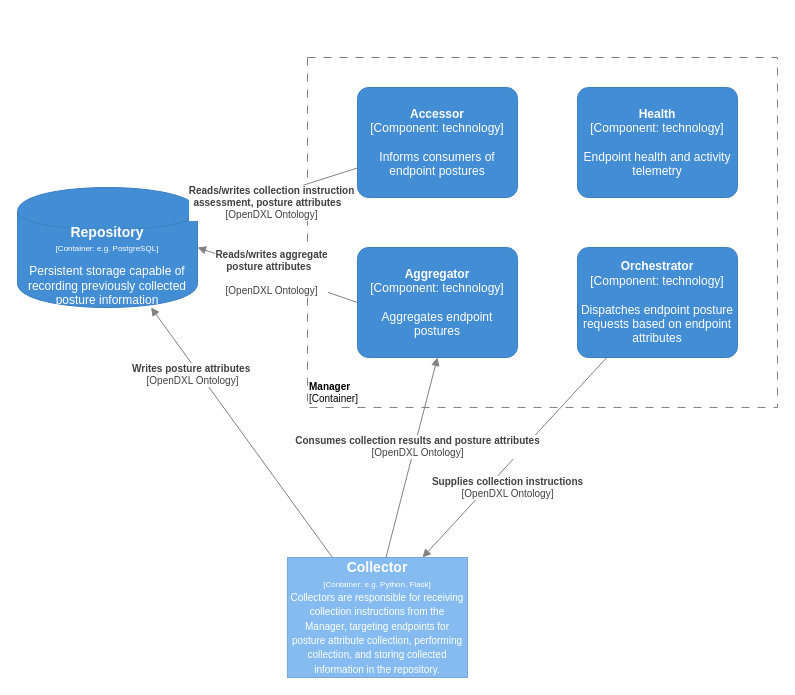
opencybersecurityalliance/documentation keeps this draw.io diagram as page "SCAPv2 Manager" (3 of 4) of Architecture Documents/scap-components.drawio. Above is the earlier version. Source tidied: cells renumbered, new cells numbered last; positions are measured from the earlier drawing's top-left corner, leaving out a move shared by most shapes. Both pictures are drawn from the tidied source at 100%, with x=0, y=0 at pixel (17, 57).
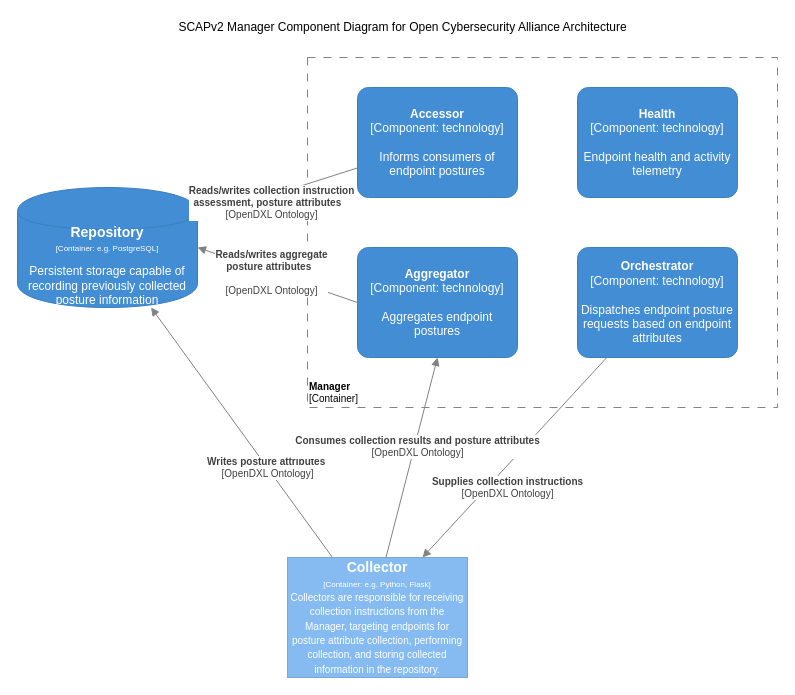
Above is the later version.

The edit, as a diff of the source:
```diff
@@
 <mxGraphModel>
   <root>
     <mxCell id="0" />
     <mxCell id="1" parent="0" />
     <mxCell id="2" value="&lt;font style=&quot;font-size: 10px&quot;&gt;&lt;b&gt;Manager&lt;br&gt;&lt;/b&gt;[Container]&lt;/font&gt;" style="rounded=0;whiteSpace=wrap;html=1;strokeColor=#828282;fillColor=none;fontColor=#000000;align=left;labelPosition=center;verticalLabelPosition=middle;verticalAlign=bottom;dashed=1;strokeWidth=1;perimeterSpacing=0;spacing=2;spacingTop=0;fontSize=10;dashPattern=8 8;" parent="1" vertex="1">
       <mxGeometry x="290" width="470" height="350" as="geometry" />
     </mxCell>
     <object id="3" label="&lt;div style=&quot;color: rgb(255 , 255 , 255)&quot;&gt;&lt;span style=&quot;font-size: 14px&quot;&gt;&lt;b&gt;Repository&lt;/b&gt;&lt;/span&gt;&lt;/div&gt;&lt;div style=&quot;color: rgb(255 , 255 , 255) ; font-size: 12px&quot;&gt;&lt;font style=&quot;font-size: 8px&quot;&gt;[Container: %technology%]&lt;/font&gt;&lt;/div&gt;&lt;div style=&quot;color: rgb(255 , 255 , 255) ; font-size: 8px&quot;&gt;&lt;font style=&quot;line-height: 9.6px&quot;&gt;&lt;br&gt;&lt;/font&gt;&lt;/div&gt;&lt;div style=&quot;color: rgb(255 , 255 , 255)&quot;&gt;Persistent storage capable of recording previously collected posture information&lt;/div&gt;" placeholders="1" technology="e.g. PostgreSQL">
       <mxCell style="shape=cylinder;whiteSpace=wrap;html=1;boundedLbl=1;backgroundOutline=1;strokeColor=#3C7FC0;fillColor=#438DD5;fontSize=12;fontColor=#ffffff;align=center;rounded=0;" parent="1" vertex="1">
         <mxGeometry y="130" width="180" height="120" as="geometry" />
       </mxCell>
     </object>
     <mxCell id="4" value="&lt;span style=&quot;font-size: 10px&quot;&gt;&lt;b&gt;Reads/writes&amp;nbsp;&lt;/b&gt;&lt;/span&gt;&lt;b&gt;collection instruction&lt;br&gt;&lt;/b&gt;&lt;b&gt;assessment,&amp;nbsp;&lt;/b&gt;&lt;span style=&quot;font-size: 10px&quot;&gt;&lt;b&gt;posture attributes&amp;nbsp; &amp;nbsp;&lt;/b&gt;&lt;br&gt;[OpenDXL Ontology]&lt;br&gt;&lt;/span&gt;" style="endArrow=block;html=1;fontSize=10;fontColor=#404040;strokeWidth=1;endFill=1;strokeColor=#828282;elbow=vertical;" parent="1" edge="1" source="10" target="3">
       <mxGeometry x="0.09" y="7" relative="1" as="geometry" />
     </mxCell>
     <mxCell id="5" value="&lt;span style=&quot;font-size: 10px&quot;&gt;&lt;b&gt;Writes posture attributes&amp;nbsp;&lt;/b&gt;&lt;br&gt;[OpenDXL Ontology]&lt;br&gt;&lt;/span&gt;" style="endArrow=block;html=1;fontSize=10;fontColor=#404040;strokeWidth=1;endFill=1;strokeColor=#828282;elbow=vertical;exitX=0.25;exitY=0;exitDx=0;exitDy=0;" parent="1" edge="1" source="7" target="3">
-      <mxGeometry x="0.49" y="6" relative="1" as="geometry" />
+      <mxGeometry x="-0.28" relative="1" as="geometry" />
     </mxCell>
     <mxCell id="6" value="&lt;b&gt;Supplies collection instructions&lt;br&gt;&lt;/b&gt;[OpenDXL Ontology]&lt;span style=&quot;font-size: 10px&quot;&gt;&lt;br&gt;&lt;/span&gt;" style="endArrow=block;html=1;fontSize=10;fontColor=#404040;strokeWidth=1;endFill=1;strokeColor=#828282;elbow=vertical;entryX=0.75;entryY=0;entryDx=0;entryDy=0;" parent="1" edge="1" source="9" target="7">
       <mxGeometry x="0.2" y="15" relative="1" as="geometry" />
     </mxCell>
     <object id="7" label="&lt;div&gt;&lt;span style=&quot;font-size: 14px&quot;&gt;&lt;b&gt;Collector&lt;/b&gt;&lt;/span&gt;&lt;/div&gt;&lt;div&gt;&lt;span style=&quot;font-size: 8px&quot;&gt;[Container: %technology%]&lt;/span&gt;&lt;br&gt;&lt;/div&gt;&lt;div&gt;&lt;span style=&quot;font-size: x-small&quot;&gt;Collectors are responsible for receiving collection instructions from the Manager, targeting endpoints for posture attribute collection, performing collection, and storing collected information in the repository.&lt;/span&gt;&lt;br&gt;&lt;/div&gt;" placeholders="1" technology="e.g. Python, Flask">
       <mxCell style="rounded=0;whiteSpace=wrap;html=1;fillColor=#85BBF0;fontColor=#ffffff;strokeColor=#78A8D8;arcSize=10;" parent="1" vertex="1">
         <mxGeometry x="270" y="500" width="180" height="120" as="geometry" />
       </mxCell>
     </object>
     <object id="8" label="&lt;b&gt;%c4Name%&lt;/b&gt;&lt;div&gt;[%c4Type%: %c4Technology%]&lt;/div&gt;&lt;br&gt;&lt;div&gt;%c4Description%&lt;/div&gt;" c4Description="Endpoint health and activity telemetry" c4Name="Health" c4Technology="technology" c4Type="Component" placeholders="1">
       <mxCell style="rounded=1;whiteSpace=wrap;html=1;labelBackgroundColor=none;fillColor=#438DD5;fontColor=#ffffff;align=center;arcSize=10;strokeColor=#3C7FC0;metaData={&quot;c4Type&quot;:{&quot;editable&quot;:false}};" parent="1" vertex="1">
         <mxGeometry x="560" y="30" width="160" height="110" as="geometry" />
       </mxCell>
     </object>
     <object id="9" label="&lt;b&gt;%c4Name%&lt;/b&gt;&lt;div&gt;[%c4Type%: %c4Technology%]&lt;/div&gt;&lt;br&gt;&lt;div&gt;%c4Description%&lt;/div&gt;" c4Description="Dispatches endpoint posture requests based on endpoint attributes" c4Name="Orchestrator" c4Technology="technology" c4Type="Component" placeholders="1">
       <mxCell style="rounded=1;whiteSpace=wrap;html=1;labelBackgroundColor=none;fillColor=#438DD5;fontColor=#ffffff;align=center;arcSize=10;strokeColor=#3C7FC0;metaData={&quot;c4Type&quot;:{&quot;editable&quot;:false}};points=[[0.25,0,0],[0.5,0,0],[0.75,0,0],[1,0.25,0],[1,0.5,0],[1,0.75,0],[0.75,1,0],[0.5,1,0],[0.25,1,0],[0,0.75,0],[0,0.5,0],[0,0.25,0]];" parent="1" vertex="1">
         <mxGeometry x="560" y="190" width="160" height="110" as="geometry" />
       </mxCell>
     </object>
     <object id="10" label="&lt;b&gt;%c4Name%&lt;/b&gt;&lt;div&gt;[%c4Type%: %c4Technology%]&lt;/div&gt;&lt;br&gt;&lt;div&gt;%c4Description%&lt;/div&gt;" c4Description="Informs consumers of endpoint postures" c4Name="Accessor" c4Technology="technology" c4Type="Component" placeholders="1">
       <mxCell style="rounded=1;whiteSpace=wrap;html=1;labelBackgroundColor=none;fillColor=#438DD5;fontColor=#ffffff;align=center;arcSize=10;strokeColor=#3C7FC0;metaData={&quot;c4Type&quot;:{&quot;editable&quot;:false}};points=[[0.25,0,0],[0.5,0,0],[0.75,0,0],[1,0.25,0],[1,0.5,0],[1,0.75,0],[0.75,1,0],[0.5,1,0],[0.25,1,0],[0,0.75,0],[0,0.5,0],[0,0.25,0]];" parent="1" vertex="1">
         <mxGeometry x="340" y="30" width="160" height="110" as="geometry" />
       </mxCell>
     </object>
     <object id="11" label="&lt;b&gt;%c4Name%&lt;/b&gt;&lt;div&gt;[%c4Type%: %c4Technology%]&lt;/div&gt;&lt;br&gt;&lt;div&gt;%c4Description%&lt;/div&gt;" c4Description="Aggregates endpoint postures" c4Name="Aggregator" c4Technology="technology" c4Type="Component" placeholders="1">
       <mxCell style="rounded=1;whiteSpace=wrap;html=1;labelBackgroundColor=none;fillColor=#438DD5;fontColor=#ffffff;align=center;arcSize=10;strokeColor=#3C7FC0;metaData={&quot;c4Type&quot;:{&quot;editable&quot;:false}};points=[[0.25,0,0],[0.5,0,0],[0.75,0,0],[1,0.25,0],[1,0.5,0],[1,0.75,0],[0.75,1,0],[0.5,1,0],[0.25,1,0],[0,0.75,0],[0,0.5,0],[0,0.25,0]];" parent="1" vertex="1">
         <mxGeometry x="340" y="190" width="160" height="110" as="geometry" />
       </mxCell>
     </object>
     <mxCell id="12" value="&lt;b&gt;Consumes collection results and posture attributes&lt;br&gt;&lt;/b&gt;[OpenDXL Ontology]&lt;span style=&quot;font-size: 10px&quot;&gt;&lt;br&gt;&lt;/span&gt;" style="endArrow=block;html=1;fontSize=10;fontColor=#404040;strokeWidth=1;endFill=1;strokeColor=#828282;elbow=vertical;entryX=0.5;entryY=1;entryDx=0;entryDy=0;entryPerimeter=0;exitX=0.547;exitY=0;exitDx=0;exitDy=0;exitPerimeter=0;" parent="1" edge="1" source="7" target="11">
       <mxGeometry x="0.11" y="-3" relative="1" as="geometry" />
     </mxCell>
     <mxCell id="13" value="&lt;b&gt;Reads/writes aggregate&lt;/b&gt;&lt;b&gt;&lt;br&gt;&lt;/b&gt;&lt;b&gt;posture attributes&amp;nbsp;&amp;nbsp;&lt;/b&gt;&lt;span style=&quot;font-size: 10px&quot;&gt;&lt;b&gt;&lt;br&gt;&amp;nbsp;&lt;/b&gt;&lt;br&gt;[OpenDXL Ontology]&lt;br&gt;&lt;/span&gt;" style="endArrow=block;html=1;fontSize=10;fontColor=#404040;strokeWidth=1;endFill=1;strokeColor=#828282;elbow=vertical;exitX=0;exitY=0.5;exitDx=0;exitDy=0;exitPerimeter=0;entryX=1;entryY=0.5;entryDx=0;entryDy=0;" parent="1" edge="1" source="11" target="3">
       <mxGeometry x="0.07" relative="1" as="geometry" />
     </mxCell>
+    <mxCell id="14" value="SCAPv2 Manager Component Diagram for Open Cybersecurity Alliance Architecture" style="text;html=1;align=center;verticalAlign=middle;" parent="1" vertex="1">
+      <mxGeometry x="155" y="-40" width="460" height="20" as="geometry" />
+    </mxCell>
   </root>
 </mxGraphModel>
```
